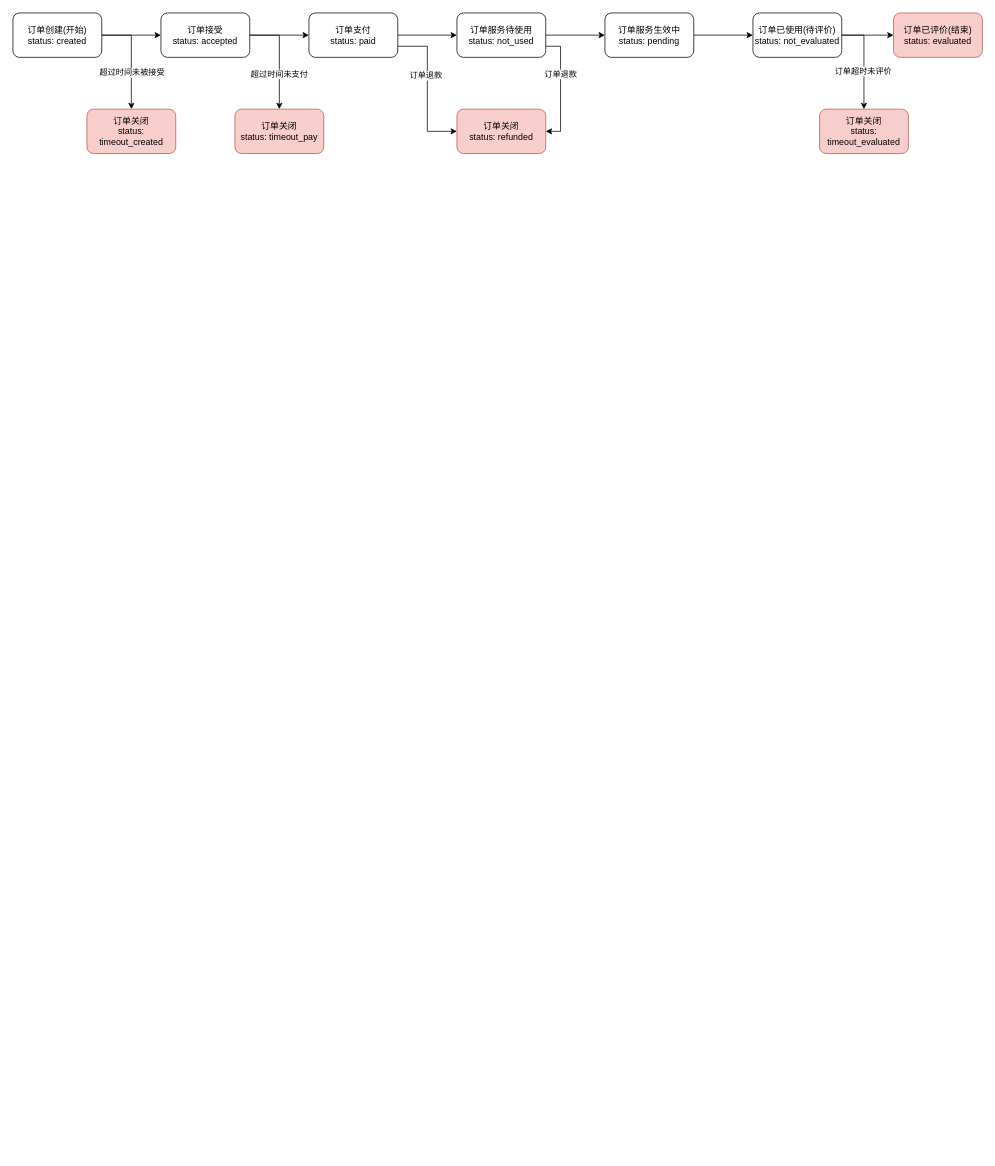
The draw.io diagram docs/系统功能流程图/订单状态.drawio in Wongbuer/reservation_system, before the edit. Source tidied: cells renumbered, new cells numbered last; positions are measured from the earlier drawing's top-left corner, leaving out a move shared by most shapes. Both pictures are drawn from the tidied source at 74%, with x=0, y=0 at pixel (13, 13).
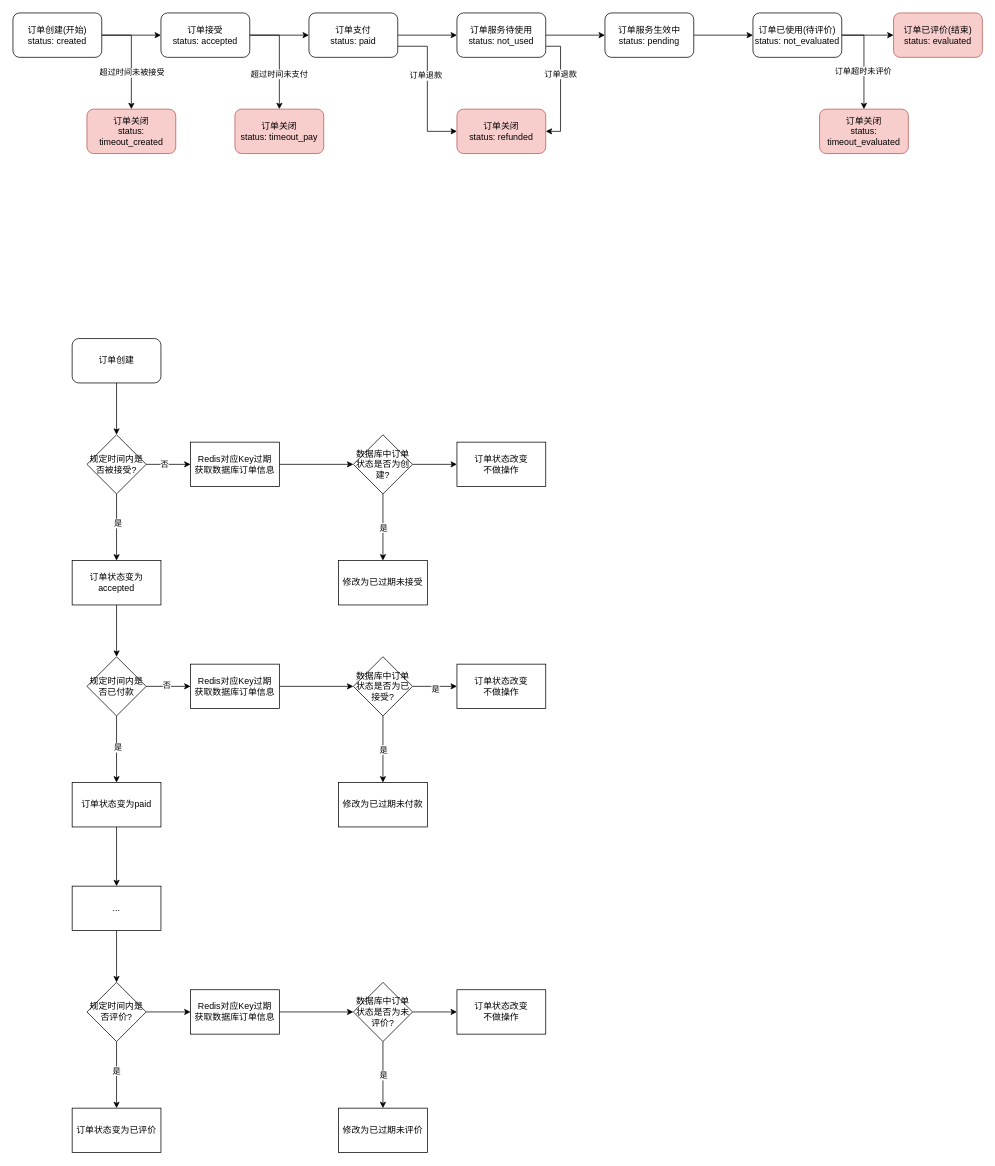
The same diagram, later.

What changed in the source:
```diff
@@
+    <mxCell id="29" value="订单创建" style="rounded=1;whiteSpace=wrap;html=1;" parent="1" vertex="1">
+      <mxGeometry x="80" y="440" width="120" height="60" as="geometry" />
+    </mxCell>
+    <mxCell id="30" style="edgeStyle=orthogonalEdgeStyle;rounded=0;jettySize=auto;html=1;exitX=0.5;exitY=1;exitDx=0;exitDy=0;" parent="1" edge="1" source="29" target="35">
+      <mxGeometry relative="1" as="geometry" />
+    </mxCell>
+    <mxCell id="31" style="edgeStyle=orthogonalEdgeStyle;rounded=0;jettySize=auto;html=1;" parent="1" edge="1" source="35" target="37">
+      <mxGeometry relative="1" as="geometry" />
+    </mxCell>
+    <mxCell id="32" value="是" style="edgeLabel;html=1;align=center;verticalAlign=middle;" parent="31" vertex="1">
+      <mxGeometry x="-0.14" y="1" relative="1" as="geometry" />
+    </mxCell>
+    <mxCell id="33" style="edgeStyle=orthogonalEdgeStyle;rounded=0;jettySize=auto;html=1;" parent="1" edge="1" source="35" target="53">
+      <mxGeometry relative="1" as="geometry" />
+    </mxCell>
+    <mxCell id="34" value="否" style="edgeLabel;html=1;align=center;verticalAlign=middle;" parent="33" vertex="1">
+      <mxGeometry x="-0.19" y="1" relative="1" as="geometry" />
+    </mxCell>
+    <mxCell id="35" value="规定时间内是否被接受?" style="rhombus;whiteSpace=wrap;html=1;rounded=0;" parent="1" vertex="1">
+      <mxGeometry x="100" y="570" width="80" height="80" as="geometry" />
+    </mxCell>
+    <mxCell id="36" style="edgeStyle=orthogonalEdgeStyle;rounded=0;jettySize=auto;html=1;" parent="1" edge="1" source="37" target="42">
+      <mxGeometry relative="1" as="geometry" />
+    </mxCell>
+    <mxCell id="37" value="订单状态变为accepted" style="whiteSpace=wrap;html=1;rounded=0;" parent="1" vertex="1">
+      <mxGeometry x="80" y="740" width="120" height="60" as="geometry" />
+    </mxCell>
+    <mxCell id="38" style="edgeStyle=orthogonalEdgeStyle;rounded=0;jettySize=auto;html=1;" parent="1" edge="1" source="42" target="44">
+      <mxGeometry relative="1" as="geometry" />
+    </mxCell>
+    <mxCell id="39" value="是" style="edgeLabel;html=1;align=center;verticalAlign=middle;" parent="38" vertex="1">
+      <mxGeometry x="-0.06" y="1" relative="1" as="geometry" />
+    </mxCell>
+    <mxCell id="40" style="edgeStyle=orthogonalEdgeStyle;rounded=0;jettySize=auto;html=1;exitX=1;exitY=0.5;exitDx=0;exitDy=0;entryX=0;entryY=0.5;entryDx=0;entryDy=0;" parent="1" edge="1" source="42" target="61">
+      <mxGeometry relative="1" as="geometry" />
+    </mxCell>
+    <mxCell id="41" value="否" style="edgeLabel;html=1;align=center;verticalAlign=middle;" parent="40" vertex="1">
+      <mxGeometry x="-0.1" y="2" relative="1" as="geometry" />
+    </mxCell>
+    <mxCell id="42" value="规定时间内是否已付款" style="rhombus;whiteSpace=wrap;html=1;rounded=0;" parent="1" vertex="1">
+      <mxGeometry x="100" y="870" width="80" height="80" as="geometry" />
+    </mxCell>
+    <mxCell id="43" style="edgeStyle=orthogonalEdgeStyle;rounded=0;jettySize=auto;html=1;" parent="1" edge="1" source="44" target="46">
+      <mxGeometry relative="1" as="geometry" />
+    </mxCell>
+    <mxCell id="44" value="订单状态变为paid" style="whiteSpace=wrap;html=1;rounded=0;" parent="1" vertex="1">
+      <mxGeometry x="80" y="1040" width="120" height="60" as="geometry" />
+    </mxCell>
+    <mxCell id="45" style="edgeStyle=orthogonalEdgeStyle;rounded=0;jettySize=auto;html=1;" parent="1" edge="1" source="46" target="50">
+      <mxGeometry relative="1" as="geometry" />
+    </mxCell>
+    <mxCell id="46" value="..." style="whiteSpace=wrap;html=1;rounded=0;" parent="1" vertex="1">
+      <mxGeometry x="80" y="1180" width="120" height="60" as="geometry" />
+    </mxCell>
+    <mxCell id="47" style="edgeStyle=orthogonalEdgeStyle;rounded=0;jettySize=auto;html=1;" parent="1" edge="1" source="50" target="51">
+      <mxGeometry relative="1" as="geometry" />
+    </mxCell>
+    <mxCell id="48" value="是" style="edgeLabel;html=1;align=center;verticalAlign=middle;" parent="47" vertex="1">
+      <mxGeometry x="-0.14" y="-1" relative="1" as="geometry" />
+    </mxCell>
+    <mxCell id="49" style="edgeStyle=orthogonalEdgeStyle;rounded=0;jettySize=auto;html=1;exitX=1;exitY=0.5;exitDx=0;exitDy=0;entryX=0;entryY=0.5;entryDx=0;entryDy=0;" parent="1" edge="1" source="50" target="70">
+      <mxGeometry relative="1" as="geometry" />
+    </mxCell>
+    <mxCell id="50" value="规定时间内是否评价?" style="rhombus;whiteSpace=wrap;html=1;rounded=0;" parent="1" vertex="1">
+      <mxGeometry x="100" y="1310" width="80" height="80" as="geometry" />
+    </mxCell>
+    <mxCell id="51" value="订单状态变为已评价" style="whiteSpace=wrap;html=1;rounded=0;" parent="1" vertex="1">
+      <mxGeometry x="80" y="1480" width="120" height="60" as="geometry" />
+    </mxCell>
+    <mxCell id="52" style="edgeStyle=orthogonalEdgeStyle;rounded=0;jettySize=auto;html=1;" parent="1" edge="1" source="53" target="57">
+      <mxGeometry relative="1" as="geometry" />
+    </mxCell>
+    <mxCell id="53" value="Redis对应Key过期&lt;div&gt;获取数据库订单信息&lt;/div&gt;" style="whiteSpace=wrap;html=1;rounded=0;" parent="1" vertex="1">
+      <mxGeometry x="240" y="580" width="120" height="60" as="geometry" />
+    </mxCell>
+    <mxCell id="54" style="edgeStyle=orthogonalEdgeStyle;rounded=0;jettySize=auto;html=1;" parent="1" edge="1" source="57" target="58">
+      <mxGeometry relative="1" as="geometry" />
+    </mxCell>
+    <mxCell id="55" value="是" style="edgeLabel;html=1;align=center;verticalAlign=middle;" parent="54" vertex="1">
+      <mxGeometry relative="1" as="geometry" />
+    </mxCell>
+    <mxCell id="56" style="edgeStyle=orthogonalEdgeStyle;rounded=0;jettySize=auto;html=1;" parent="1" edge="1" source="57" target="59">
+      <mxGeometry relative="1" as="geometry" />
+    </mxCell>
+    <mxCell id="57" value="数据库中订单状态是否为创建?" style="rhombus;whiteSpace=wrap;html=1;rounded=0;" parent="1" vertex="1">
+      <mxGeometry x="460" y="570" width="80" height="80" as="geometry" />
+    </mxCell>
+    <mxCell id="58" value="修改为已过期未接受" style="whiteSpace=wrap;html=1;rounded=0;" parent="1" vertex="1">
+      <mxGeometry x="440" y="740" width="120" height="60" as="geometry" />
+    </mxCell>
+    <mxCell id="59" value="订单状态改变&lt;div&gt;不做操作&lt;/div&gt;" style="whiteSpace=wrap;html=1;rounded=0;" parent="1" vertex="1">
+      <mxGeometry x="600" y="580" width="120" height="60" as="geometry" />
+    </mxCell>
+    <mxCell id="60" style="edgeStyle=orthogonalEdgeStyle;rounded=0;jettySize=auto;html=1;" parent="1" edge="1" source="61" target="66">
+      <mxGeometry relative="1" as="geometry" />
+    </mxCell>
+    <mxCell id="61" value="Redis对应Key过期&lt;div&gt;获取数据库订单信息&lt;/div&gt;" style="whiteSpace=wrap;html=1;rounded=0;" parent="1" vertex="1">
+      <mxGeometry x="240" y="880" width="120" height="60" as="geometry" />
+    </mxCell>
+    <mxCell id="62" style="edgeStyle=orthogonalEdgeStyle;rounded=0;jettySize=auto;html=1;" parent="1" edge="1" source="66" target="67">
+      <mxGeometry relative="1" as="geometry" />
+    </mxCell>
+    <mxCell id="63" value="是" style="edgeLabel;html=1;align=center;verticalAlign=middle;" parent="62" vertex="1">
+      <mxGeometry relative="1" as="geometry" />
+    </mxCell>
+    <mxCell id="64" style="edgeStyle=orthogonalEdgeStyle;rounded=0;jettySize=auto;html=1;" parent="1" edge="1" source="66" target="68">
+      <mxGeometry relative="1" as="geometry" />
+    </mxCell>
+    <mxCell id="65" value="是" style="edgeLabel;html=1;align=center;verticalAlign=middle;" parent="64" vertex="1">
+      <mxGeometry x="-0.01" y="-3" relative="1" as="geometry" />
+    </mxCell>
+    <mxCell id="66" value="数据库中订单状态是否为已接受?" style="rhombus;whiteSpace=wrap;html=1;rounded=0;" parent="1" vertex="1">
+      <mxGeometry x="460" y="870" width="80" height="80" as="geometry" />
+    </mxCell>
+    <mxCell id="67" value="修改为已过期未付款" style="whiteSpace=wrap;html=1;rounded=0;" parent="1" vertex="1">
+      <mxGeometry x="440" y="1040" width="120" height="60" as="geometry" />
+    </mxCell>
+    <mxCell id="68" value="订单状态改变&lt;div&gt;不做操作&lt;/div&gt;" style="whiteSpace=wrap;html=1;rounded=0;" parent="1" vertex="1">
+      <mxGeometry x="600" y="880" width="120" height="60" as="geometry" />
+    </mxCell>
+    <mxCell id="69" style="edgeStyle=orthogonalEdgeStyle;rounded=0;jettySize=auto;html=1;" parent="1" edge="1" source="70" target="74">
+      <mxGeometry relative="1" as="geometry" />
+    </mxCell>
+    <mxCell id="70" value="Redis对应Key过期&lt;div&gt;获取数据库订单信息&lt;/div&gt;" style="whiteSpace=wrap;html=1;rounded=0;" parent="1" vertex="1">
+      <mxGeometry x="240" y="1320" width="120" height="60" as="geometry" />
+    </mxCell>
+    <mxCell id="71" style="edgeStyle=orthogonalEdgeStyle;rounded=0;jettySize=auto;html=1;" parent="1" edge="1" source="74" target="75">
+      <mxGeometry relative="1" as="geometry" />
+    </mxCell>
+    <mxCell id="72" value="是" style="edgeLabel;html=1;align=center;verticalAlign=middle;" parent="71" vertex="1">
+      <mxGeometry relative="1" as="geometry" />
+    </mxCell>
+    <mxCell id="73" style="edgeStyle=orthogonalEdgeStyle;rounded=0;jettySize=auto;html=1;" parent="1" edge="1" source="74" target="76">
+      <mxGeometry relative="1" as="geometry" />
+    </mxCell>
+    <mxCell id="74" value="数据库中订单状态是否为未评价?" style="rhombus;whiteSpace=wrap;html=1;rounded=0;" parent="1" vertex="1">
+      <mxGeometry x="460" y="1310" width="80" height="80" as="geometry" />
+    </mxCell>
+    <mxCell id="75" value="修改为已过期未评价" style="whiteSpace=wrap;html=1;rounded=0;" parent="1" vertex="1">
+      <mxGeometry x="440" y="1480" width="120" height="60" as="geometry" />
+    </mxCell>
+    <mxCell id="76" value="订单状态改变&lt;div&gt;不做操作&lt;/div&gt;" style="whiteSpace=wrap;html=1;rounded=0;" parent="1" vertex="1">
+      <mxGeometry x="600" y="1320" width="120" height="60" as="geometry" />
+    </mxCell>
```
